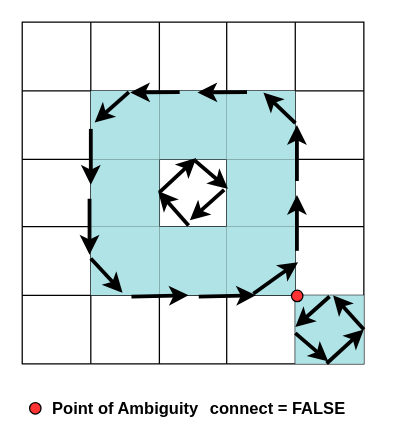
CoreSheep/AI keeps this draw.io diagram as page "Page-3" (3 of 5) of Untitled Diagram.drawio. Above is the earlier version. Source tidied: cells renumbered, new cells numbered last; positions are measured from the earlier drawing's top-left corner, leaving out a move shared by most shapes. Both pictures are drawn from the tidied source at 127%, with x=0, y=0 at pixel (22, 22).
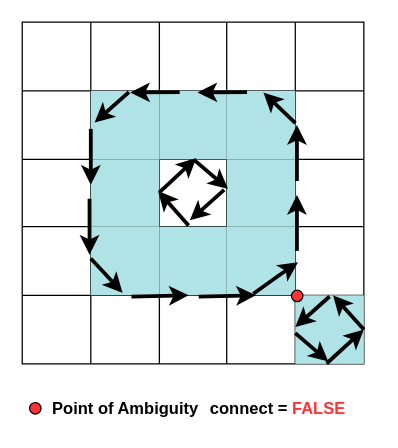
Above is the later version.

Diff of the diagram source:
```diff
@@
-    <mxCell id="56" value="&lt;span style=&quot;font-size: 13px;&quot;&gt;&lt;b&gt;connect = FALSE&lt;/b&gt;&lt;/span&gt;" style="text;html=1;align=center;verticalAlign=middle;strokeColor=none;fillColor=none;" parent="1" vertex="1">
+    <mxCell id="56" value="&lt;span style=&quot;font-size: 13px;&quot;&gt;&lt;b&gt;connect = &lt;font color=&quot;#ff3333&quot;&gt;FALSE&lt;/font&gt;&lt;/b&gt;&lt;/span&gt;" style="text;html=1;align=center;verticalAlign=middle;strokeColor=none;fillColor=none;" parent="1" vertex="1">
       <mxGeometry x="138.2" y="290" width="125" height="28" as="geometry" />
     </mxCell>
```
